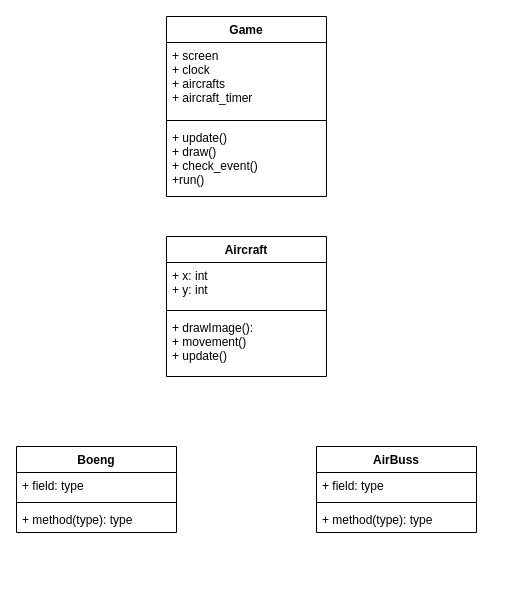
Before: 0_Pygame/AmDam/AmDam.drawio in mareis/IT2_22-23, a draw.io diagram. Source tidied: cells renumbered, new cells numbered last; positions are measured from the earlier drawing's top-left corner, leaving out a move shared by most shapes. Both pictures are drawn from the tidied source at 100%, with x=0, y=0 at pixel (16, 16).
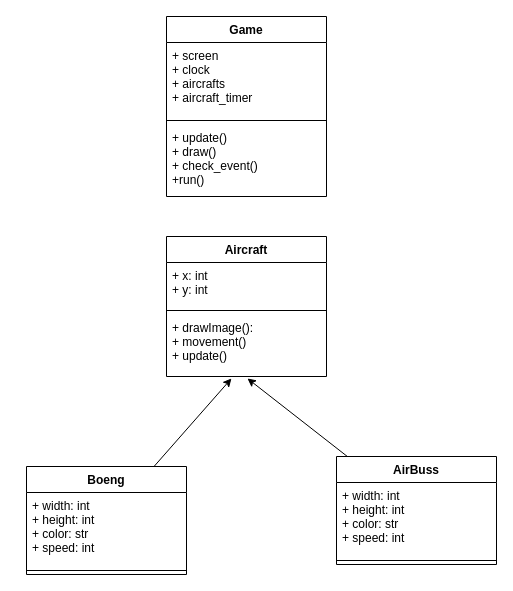
The same diagram, later.

Change to the diagram source:
```diff
@@
 <mxGraphModel>
   <root>
     <mxCell id="0" />
     <mxCell id="1" parent="0" />
     <mxCell id="2" value="Game" style="swimlane;fontStyle=1;align=center;verticalAlign=top;horizontal=1;startSize=26;" parent="1" vertex="1">
       <mxGeometry x="150" width="160" height="180" as="geometry" />
     </mxCell>
     <mxCell id="3" value="+ screen&#10;+ clock&#10;+ aircrafts&#10;+ aircraft_timer" style="text;strokeColor=none;fillColor=none;align=left;verticalAlign=top;spacingLeft=4;spacingRight=4;overflow=hidden;" parent="2" vertex="1">
       <mxGeometry y="26" width="160" height="74" as="geometry" />
     </mxCell>
     <mxCell id="4" style="line;strokeWidth=1;fillColor=none;align=left;verticalAlign=middle;spacingTop=-1;spacingLeft=3;spacingRight=3;labelPosition=right;strokeColor=inherit;" parent="2" vertex="1">
       <mxGeometry y="100" width="160" height="8" as="geometry" />
     </mxCell>
     <mxCell id="5" value="+ update()&#10;+ draw()&#10;+ check_event()&#10;+run()" style="text;strokeColor=none;fillColor=none;align=left;verticalAlign=top;spacingLeft=4;spacingRight=4;overflow=hidden;" parent="2" vertex="1">
       <mxGeometry y="108" width="160" height="72" as="geometry" />
     </mxCell>
     <mxCell id="6" value="Aircraft" style="swimlane;fontStyle=1;align=center;verticalAlign=top;horizontal=1;startSize=26;" parent="1" vertex="1">
       <mxGeometry x="150" y="220" width="160" height="140" as="geometry" />
     </mxCell>
     <mxCell id="7" value="+ x: int&#10;+ y: int&#10;" style="text;strokeColor=none;fillColor=none;align=left;verticalAlign=top;spacingLeft=4;spacingRight=4;overflow=hidden;" parent="6" vertex="1">
       <mxGeometry y="26" width="160" height="44" as="geometry" />
     </mxCell>
     <mxCell id="8" style="line;strokeWidth=1;fillColor=none;align=left;verticalAlign=middle;spacingTop=-1;spacingLeft=3;spacingRight=3;labelPosition=right;strokeColor=inherit;" parent="6" vertex="1">
       <mxGeometry y="70" width="160" height="8" as="geometry" />
     </mxCell>
     <mxCell id="9" value="+ drawImage(): &#10;+ movement()&#10;+ update()" style="text;strokeColor=none;fillColor=none;align=left;verticalAlign=top;spacingLeft=4;spacingRight=4;overflow=hidden;points=[[0,0.5],[1,0.5]];portConstraint=eastwest;" parent="6" vertex="1">
       <mxGeometry y="78" width="160" height="62" as="geometry" />
     </mxCell>
+    <mxCell id="18" style="edgeStyle=none;html=1;entryX=0.406;entryY=1.032;entryDx=0;entryDy=0;entryPerimeter=0;" parent="1" edge="1" source="10" target="9">
+      <mxGeometry relative="1" as="geometry" />
+    </mxCell>
     <mxCell id="10" value="Boeng" style="swimlane;fontStyle=1;align=center;verticalAlign=top;horizontal=1;startSize=26;" parent="1" vertex="1">
-      <mxGeometry y="430" width="160" height="86" as="geometry" />
+      <mxGeometry x="10" y="450" width="160" height="108" as="geometry" />
     </mxCell>
-    <mxCell id="11" value="+ field: type" style="text;strokeColor=none;fillColor=none;align=left;verticalAlign=top;spacingLeft=4;spacingRight=4;overflow=hidden;" parent="10" vertex="1">
-      <mxGeometry y="26" width="160" height="26" as="geometry" />
+    <mxCell id="11" value="+ width: int&#10;+ height: int&#10;+ color: str&#10;+ speed: int" style="text;strokeColor=none;fillColor=none;align=left;verticalAlign=top;spacingLeft=4;spacingRight=4;overflow=hidden;" parent="10" vertex="1">
+      <mxGeometry y="26" width="160" height="74" as="geometry" />
     </mxCell>
     <mxCell id="12" style="line;strokeWidth=1;fillColor=none;align=left;verticalAlign=middle;spacingTop=-1;spacingLeft=3;spacingRight=3;labelPosition=right;strokeColor=inherit;" parent="10" vertex="1">
-      <mxGeometry y="52" width="160" height="8" as="geometry" />
+      <mxGeometry y="100" width="160" height="8" as="geometry" />
     </mxCell>
-    <mxCell id="13" value="+ method(type): type" style="text;strokeColor=none;fillColor=none;align=left;verticalAlign=top;spacingLeft=4;spacingRight=4;overflow=hidden;" parent="10" vertex="1">
-      <mxGeometry y="60" width="160" height="26" as="geometry" />
-    </mxCell>
-    <mxCell id="14" value="AirBuss" style="swimlane;fontStyle=1;align=center;verticalAlign=top;horizontal=1;startSize=26;" parent="1" vertex="1">
-      <mxGeometry x="300" y="430" width="160" height="86" as="geometry" />
-    </mxCell>
-    <mxCell id="15" value="+ field: type" style="text;strokeColor=none;fillColor=none;align=left;verticalAlign=top;spacingLeft=4;spacingRight=4;overflow=hidden;" parent="14" vertex="1">
-      <mxGeometry y="26" width="160" height="26" as="geometry" />
-    </mxCell>
-    <mxCell id="16" style="line;strokeWidth=1;fillColor=none;align=left;verticalAlign=middle;spacingTop=-1;spacingLeft=3;spacingRight=3;labelPosition=right;strokeColor=inherit;" parent="14" vertex="1">
-      <mxGeometry y="52" width="160" height="8" as="geometry" />
-    </mxCell>
+    <mxCell id="19" style="edgeStyle=none;html=1;entryX=0.506;entryY=1.032;entryDx=0;entryDy=0;entryPerimeter=0;" parent="1" edge="1" source="17" target="9">
+      <mxGeometry relative="1" as="geometry" />
+    </mxCell>
-    <mxCell id="17" value="+ method(type): type" style="text;strokeColor=none;fillColor=none;align=left;verticalAlign=top;spacingLeft=4;spacingRight=4;overflow=hidden;points=[[0,0.5],[1,0.5]];portConstraint=eastwest;" parent="14" vertex="1">
-      <mxGeometry y="60" width="160" height="26" as="geometry" />
+    <mxCell id="17" value="AirBuss" style="swimlane;fontStyle=1;align=center;verticalAlign=top;horizontal=1;startSize=26;" parent="1" vertex="1">
+      <mxGeometry x="320" y="440" width="160" height="108" as="geometry" />
     </mxCell>
+    <mxCell id="20" value="+ width: int&#10;+ height: int&#10;+ color: str&#10;+ speed: int" style="text;strokeColor=none;fillColor=none;align=left;verticalAlign=top;spacingLeft=4;spacingRight=4;overflow=hidden;" parent="17" vertex="1">
+      <mxGeometry y="26" width="160" height="74" as="geometry" />
+    </mxCell>
+    <mxCell id="21" style="line;strokeWidth=1;fillColor=none;align=left;verticalAlign=middle;spacingTop=-1;spacingLeft=3;spacingRight=3;labelPosition=right;strokeColor=inherit;" parent="17" vertex="1">
+      <mxGeometry y="100" width="160" height="8" as="geometry" />
+    </mxCell>
   </root>
 </mxGraphModel>
```
